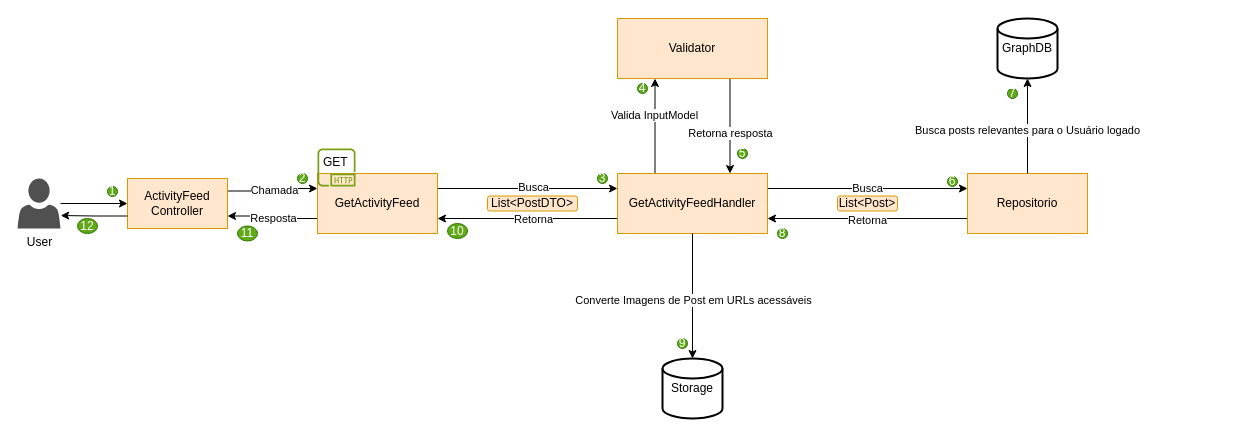
This is page "SocialService/ActivityFeed" (3 of 7) of Untitled Diagram.drawio from AlanEdward19/ShapeUp, a draw.io file, before an edit. Source tidied: cells renumbered, new cells numbered last; positions are measured from the earlier drawing's top-left corner, leaving out a move shared by most shapes. Both pictures are drawn from the tidied source at 100%, with x=0, y=0 at pixel (17, 18).
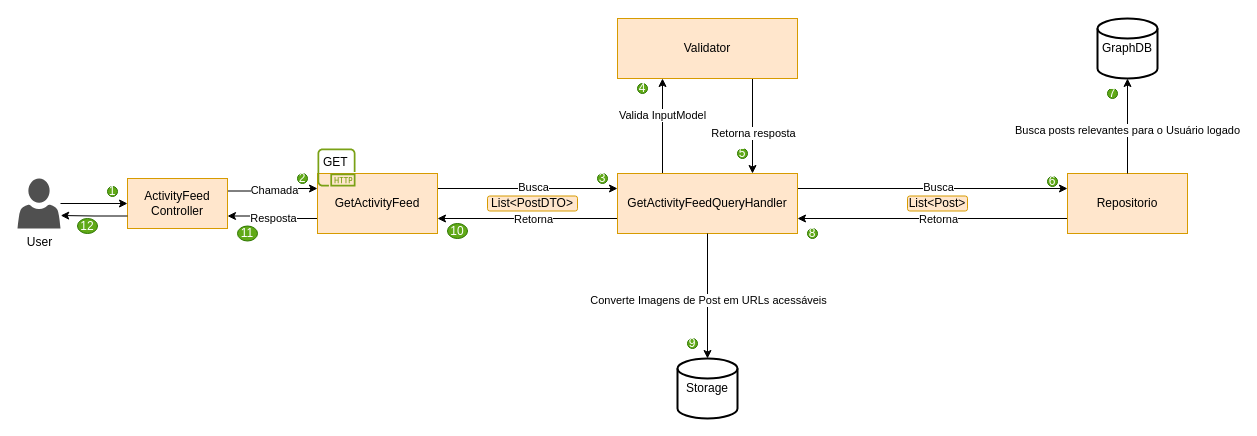
The same diagram, later.

Unchanged cells that the change refers to:
```xml
<mxCell id="7" style="edgeStyle=orthogonalEdgeStyle;rounded=0;jettySize=auto;html=1;exitX=0;exitY=0.75;exitDx=0;exitDy=0;entryX=1;entryY=0.75;entryDx=0;entryDy=0;" parent="1" edge="1" source="9" target="20">
  <mxGeometry relative="1" as="geometry" />
</mxCell>
<mxCell id="13" style="edgeStyle=orthogonalEdgeStyle;rounded=0;jettySize=auto;html=1;exitX=1;exitY=0.25;exitDx=0;exitDy=0;entryX=0;entryY=0.25;entryDx=0;entryDy=0;" parent="1" edge="1" source="20" target="9">
  <mxGeometry relative="1" as="geometry" />
</mxCell>
```

Change to the diagram source:
```diff
@@
     <mxCell id="8" value="Retorna" style="edgeLabel;html=1;align=center;verticalAlign=middle;" parent="7" vertex="1">
       <mxGeometry x="0.05" y="1" relative="1" as="geometry">
-        <mxPoint x="4" as="offset" />
+        <mxPoint x="12" y="-1" as="offset" />
       </mxGeometry>
     </mxCell>
     <mxCell id="9" value="Repositorio" style="whiteSpace=wrap;html=1;fillColor=#ffe6cc;strokeColor=#d79b00;" parent="1" vertex="1">
-      <mxGeometry x="950" y="155" width="120" height="60" as="geometry" />
+      <mxGeometry x="1050" y="155" width="120" height="60" as="geometry" />
     </mxCell>
     <mxCell id="10" value="GraphDB" style="strokeWidth=2;html=1;shape=mxgraph.flowchart.database;whiteSpace=wrap;" parent="1" vertex="1">
-      <mxGeometry x="980" width="60" height="60" as="geometry" />
+      <mxGeometry x="1080" width="60" height="60" as="geometry" />
     </mxCell>
@@
     <mxCell id="14" value="Busca" style="edgeLabel;html=1;align=center;verticalAlign=middle;" parent="13" vertex="1">
       <mxGeometry x="-0.02" y="1" relative="1" as="geometry">
-        <mxPoint x="1" as="offset" />
+        <mxPoint x="8" y="-1" as="offset" />
       </mxGeometry>
     </mxCell>
     <mxCell id="15" value="List&amp;lt;Post&amp;gt;" style="rounded=1;whiteSpace=wrap;html=1;fillColor=#ffe6cc;strokeColor=#d79b00;" parent="1" vertex="1">
-      <mxGeometry x="820" y="177.5" width="60" height="15" as="geometry" />
+      <mxGeometry x="890" y="177.5" width="60" height="15" as="geometry" />
     </mxCell>
@@
-    <mxCell id="20" value="GetActivityFeedHandler" style="whiteSpace=wrap;html=1;fillColor=#ffe6cc;strokeColor=#d79b00;" parent="1" vertex="1">
-      <mxGeometry x="600" y="155" width="150" height="60" as="geometry" />
+    <mxCell id="20" value="GetActivityFeedQueryHandler" style="whiteSpace=wrap;html=1;fillColor=#ffe6cc;strokeColor=#d79b00;" parent="1" vertex="1">
+      <mxGeometry x="600" y="155" width="180" height="60" as="geometry" />
     </mxCell>
     <mxCell id="21" value="Storage" style="strokeWidth=2;html=1;shape=mxgraph.flowchart.database;whiteSpace=wrap;" parent="1" vertex="1">
-      <mxGeometry x="645" y="340" width="60" height="60" as="geometry" />
+      <mxGeometry x="660" y="340" width="60" height="60" as="geometry" />
     </mxCell>
@@
     <mxCell id="35" value="Validator" style="whiteSpace=wrap;html=1;fillColor=#ffe6cc;strokeColor=#d79b00;" parent="1" vertex="1">
-      <mxGeometry x="600" width="150" height="60" as="geometry" />
+      <mxGeometry x="600" width="180" height="60" as="geometry" />
     </mxCell>
@@
     <mxCell id="41" value="6" style="ellipse;whiteSpace=wrap;html=1;fillColor=#60a917;fontColor=#ffffff;strokeColor=#2D7600;" parent="1" vertex="1">
-      <mxGeometry x="930" y="158" width="10" height="10" as="geometry" />
+      <mxGeometry x="1030" y="158" width="10" height="10" as="geometry" />
     </mxCell>
     <mxCell id="42" value="7" style="ellipse;whiteSpace=wrap;html=1;fillColor=#60a917;fontColor=#ffffff;strokeColor=#2D7600;" parent="1" vertex="1">
-      <mxGeometry x="990" y="70" width="10" height="10" as="geometry" />
+      <mxGeometry x="1090" y="70" width="10" height="10" as="geometry" />
     </mxCell>
     <mxCell id="43" value="8" style="ellipse;whiteSpace=wrap;html=1;fillColor=#60a917;fontColor=#ffffff;strokeColor=#2D7600;" parent="1" vertex="1">
-      <mxGeometry x="760" y="210" width="10" height="10" as="geometry" />
+      <mxGeometry x="790" y="210" width="10" height="10" as="geometry" />
     </mxCell>
     <mxCell id="44" value="9" style="ellipse;whiteSpace=wrap;html=1;fillColor=#60a917;fontColor=#ffffff;strokeColor=#2D7600;" parent="1" vertex="1">
-      <mxGeometry x="660" y="320" width="10" height="10" as="geometry" />
+      <mxGeometry x="670" y="320" width="10" height="10" as="geometry" />
     </mxCell>
```
